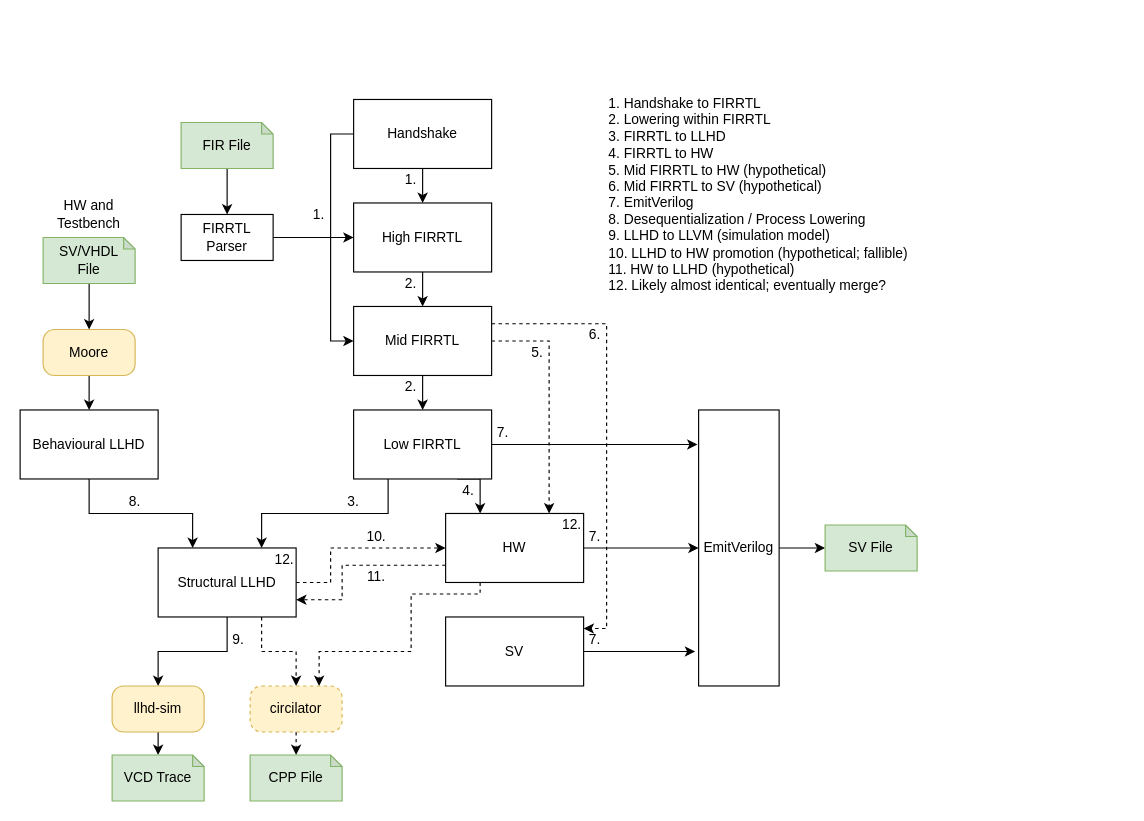
Before: docs/dialects.drawio in thomasnormal/circt, a draw.io diagram. Source tidied: cells renumbered, new cells numbered last; positions are measured from the earlier drawing's top-left corner, leaving out a move shared by most shapes. Both pictures are drawn from the tidied source at 115%, with x=0, y=0 at pixel (20, 87).
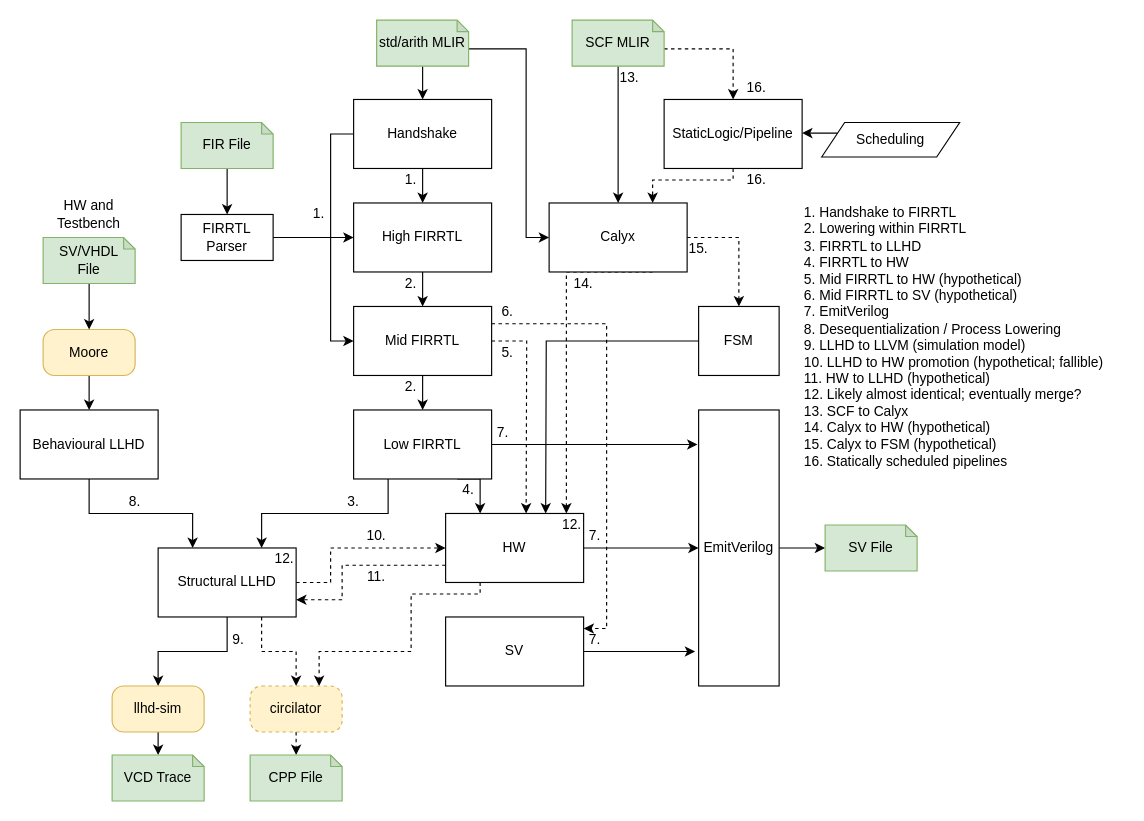
The same page after the edit.

Commit message (it also covers changes not shown here):
Update dialect overview diagram (#2072)

Unchanged cells that the change refers to:
```xml
<mxCell id="7" value="Mid FIRRTL" style="rounded=0;whiteSpace=wrap;html=1;" parent="1" vertex="1">
  <mxGeometry x="290" y="190" width="120" height="60" as="geometry" />
</mxCell>
<mxCell id="19" value="HW" style="rounded=0;whiteSpace=wrap;html=1;" parent="1" vertex="1">
  <mxGeometry x="370" y="370" width="120" height="60" as="geometry" />
</mxCell>
<mxCell id="26" value="Handshake" style="rounded=0;whiteSpace=wrap;html=1;" parent="1" vertex="1">
  <mxGeometry x="290" y="10" width="120" height="60" as="geometry" />
</mxCell>
<mxCell id="59" value="12." style="text;html=1;strokeColor=none;fillColor=none;align=center;verticalAlign=middle;whiteSpace=wrap;rounded=0;" parent="1" vertex="1">
  <mxGeometry x="470" y="370" width="20" height="20" as="geometry" />
</mxCell>
```

Diff of the diagram source:
```diff
@@
-    <mxCell id="5" style="edgeStyle=orthogonalEdgeStyle;rounded=0;jettySize=auto;html=1;exitX=1;exitY=0.5;exitDx=0;exitDy=0;entryX=0.75;entryY=0;entryDx=0;entryDy=0;dashed=1;" parent="1" edge="1" source="7" target="19">
-      <mxGeometry relative="1" as="geometry" />
-    </mxCell>
+    <mxCell id="63" style="edgeStyle=orthogonalEdgeStyle;rounded=0;jettySize=auto;html=1;exitX=1;exitY=0.5;exitDx=0;exitDy=0;dashed=1;" parent="1" edge="1" source="7">
+      <mxGeometry relative="1" as="geometry">
+        <mxPoint x="440" y="370" as="targetPoint" />
+      </mxGeometry>
+    </mxCell>
@@
-    <mxCell id="31" value="1. Handshake to FIRRTL&lt;br&gt;2. Lowering within FIRRTL&lt;br&gt;3. FIRRTL to LLHD&lt;br&gt;4. FIRRTL to HW&lt;br&gt;5. Mid FIRRTL to HW (hypothetical)&lt;br&gt;6. Mid FIRRTL to SV (hypothetical)&lt;br&gt;7. EmitVerilog&lt;br&gt;8. Desequentialization / Process Lowering&lt;br&gt;9. LLHD to LLVM (simulation model)&lt;br&gt;10. LLHD to HW promotion (hypothetical; fallible)&lt;br&gt;11. HW to LLHD (hypothetical)&lt;br&gt;12. Likely almost identical; eventually merge?" style="text;html=1;strokeColor=none;fillColor=none;align=left;verticalAlign=top;whiteSpace=wrap;rounded=0;" parent="1" vertex="1">
-      <mxGeometry x="510" width="280" height="180" as="geometry" />
-    </mxCell>
+    <mxCell id="64" value="1. Handshake to FIRRTL&lt;br&gt;2. Lowering within FIRRTL&lt;br&gt;3. FIRRTL to LLHD&lt;br&gt;4. FIRRTL to HW&lt;br&gt;5. Mid FIRRTL to HW (hypothetical)&lt;br&gt;6. Mid FIRRTL to SV (hypothetical)&lt;br&gt;7. EmitVerilog&lt;br&gt;8. Desequentialization / Process Lowering&lt;br&gt;9. LLHD to LLVM (simulation model)&lt;br&gt;10. LLHD to HW promotion (hypothetical; fallible)&lt;br&gt;11. HW to LLHD (hypothetical)&lt;br&gt;12. Likely almost identical; eventually merge?&lt;br&gt;13. SCF to Calyx&lt;br&gt;14. Calyx to HW (hypothetical)&lt;br&gt;15. Calyx to FSM (hypothetical)&lt;br&gt;16. Statically scheduled pipelines" style="text;html=1;strokeColor=none;fillColor=none;align=left;verticalAlign=top;whiteSpace=wrap;rounded=0;" parent="1" vertex="1">
+      <mxGeometry x="680" y="95" width="280" height="245" as="geometry" />
+    </mxCell>
@@
     <mxCell id="34" value="5." style="text;html=1;strokeColor=none;fillColor=none;align=center;verticalAlign=middle;whiteSpace=wrap;rounded=0;" parent="1" vertex="1">
-      <mxGeometry x="440" y="220" width="20" height="20" as="geometry" />
+      <mxGeometry x="414" y="220" width="20" height="20" as="geometry" />
     </mxCell>
     <mxCell id="35" value="6." style="text;html=1;strokeColor=none;fillColor=none;align=center;verticalAlign=middle;whiteSpace=wrap;rounded=0;" parent="1" vertex="1">
-      <mxGeometry x="490" y="205" width="20" height="20" as="geometry" />
+      <mxGeometry x="414" y="185" width="20" height="20" as="geometry" />
     </mxCell>
@@
+    <mxCell id="65" style="edgeStyle=orthogonalEdgeStyle;rounded=0;jettySize=auto;html=1;exitX=0.75;exitY=1;exitDx=0;exitDy=0;entryX=0.25;entryY=0;entryDx=0;entryDy=0;dashed=1;" parent="1" edge="1" source="67" target="59">
+      <mxGeometry relative="1" as="geometry">
+        <Array as="points">
+          <mxPoint x="475" y="160" />
+        </Array>
+      </mxGeometry>
+    </mxCell>
+    <mxCell id="66" style="edgeStyle=orthogonalEdgeStyle;rounded=0;jettySize=auto;html=1;exitX=1;exitY=0.5;exitDx=0;exitDy=0;entryX=0.5;entryY=0;entryDx=0;entryDy=0;dashed=1;" parent="1" edge="1" source="67" target="75">
+      <mxGeometry relative="1" as="geometry" />
+    </mxCell>
+    <mxCell id="67" value="Calyx" style="rounded=0;whiteSpace=wrap;html=1;" parent="1" vertex="1">
+      <mxGeometry x="460" y="100" width="120" height="60" as="geometry" />
+    </mxCell>
+    <mxCell id="68" style="edgeStyle=orthogonalEdgeStyle;rounded=0;jettySize=auto;html=1;exitX=0.5;exitY=1;exitDx=0;exitDy=0;exitPerimeter=0;entryX=0.5;entryY=0;entryDx=0;entryDy=0;" parent="1" edge="1" source="70" target="26">
+      <mxGeometry relative="1" as="geometry" />
+    </mxCell>
+    <mxCell id="69" style="edgeStyle=orthogonalEdgeStyle;rounded=0;jettySize=auto;html=1;exitX=0;exitY=0;exitDx=80;exitDy=25;exitPerimeter=0;entryX=0;entryY=0.5;entryDx=0;entryDy=0;" parent="1" edge="1" source="70" target="67">
+      <mxGeometry relative="1" as="geometry">
+        <Array as="points">
+          <mxPoint x="440" y="-34" />
+          <mxPoint x="440" y="130" />
+        </Array>
+      </mxGeometry>
+    </mxCell>
+    <mxCell id="70" value="std/arith MLIR" style="shape=note;whiteSpace=wrap;html=1;backgroundOutline=1;darkOpacity=0.05;size=10;fillColor=#d5e8d4;strokeColor=#82b366;" parent="1" vertex="1">
+      <mxGeometry x="310" y="-59" width="80" height="40" as="geometry" />
+    </mxCell>
+    <mxCell id="71" style="edgeStyle=orthogonalEdgeStyle;rounded=0;jettySize=auto;html=1;exitX=0.5;exitY=1;exitDx=0;exitDy=0;exitPerimeter=0;entryX=0.5;entryY=0;entryDx=0;entryDy=0;" parent="1" edge="1" source="73" target="67">
+      <mxGeometry relative="1" as="geometry" />
+    </mxCell>
+    <mxCell id="72" style="edgeStyle=orthogonalEdgeStyle;rounded=0;jettySize=auto;html=1;exitX=0;exitY=0;exitDx=80;exitDy=25;exitPerimeter=0;entryX=0.5;entryY=0;entryDx=0;entryDy=0;dashed=1;" parent="1" edge="1" source="73" target="80">
+      <mxGeometry relative="1" as="geometry" />
+    </mxCell>
+    <mxCell id="73" value="SCF MLIR" style="shape=note;whiteSpace=wrap;html=1;backgroundOutline=1;darkOpacity=0.05;size=10;fillColor=#d5e8d4;strokeColor=#82b366;" parent="1" vertex="1">
+      <mxGeometry x="480" y="-59" width="80" height="40" as="geometry" />
+    </mxCell>
+    <mxCell id="74" style="edgeStyle=orthogonalEdgeStyle;rounded=0;jettySize=auto;html=1;exitX=0;exitY=0.5;exitDx=0;exitDy=0;" parent="1" edge="1" source="75">
+      <mxGeometry relative="1" as="geometry">
+        <mxPoint x="457" y="370" as="targetPoint" />
+      </mxGeometry>
+    </mxCell>
+    <mxCell id="75" value="FSM" style="rounded=0;whiteSpace=wrap;html=1;" parent="1" vertex="1">
+      <mxGeometry x="590" y="190" width="70" height="60" as="geometry" />
+    </mxCell>
+    <mxCell id="76" value="13." style="text;html=1;strokeColor=none;fillColor=none;align=center;verticalAlign=middle;whiteSpace=wrap;rounded=0;" parent="1" vertex="1">
+      <mxGeometry x="520" y="-19" width="20" height="20" as="geometry" />
+    </mxCell>
+    <mxCell id="77" value="14." style="text;html=1;strokeColor=none;fillColor=none;align=center;verticalAlign=middle;whiteSpace=wrap;rounded=0;" parent="1" vertex="1">
+      <mxGeometry x="480" y="160" width="20" height="20" as="geometry" />
+    </mxCell>
+    <mxCell id="78" value="15." style="text;html=1;strokeColor=none;fillColor=none;align=center;verticalAlign=middle;whiteSpace=wrap;rounded=0;" parent="1" vertex="1">
+      <mxGeometry x="580" y="130" width="20" height="20" as="geometry" />
+    </mxCell>
+    <mxCell id="79" style="edgeStyle=orthogonalEdgeStyle;rounded=0;jettySize=auto;html=1;exitX=0.5;exitY=1;exitDx=0;exitDy=0;entryX=0.75;entryY=0;entryDx=0;entryDy=0;dashed=1;" parent="1" edge="1" source="80" target="67">
+      <mxGeometry relative="1" as="geometry">
+        <Array as="points">
+          <mxPoint x="620" y="80" />
+          <mxPoint x="550" y="80" />
+        </Array>
+      </mxGeometry>
+    </mxCell>
+    <mxCell id="80" value="StaticLogic/Pipeline" style="rounded=0;whiteSpace=wrap;html=1;" parent="1" vertex="1">
+      <mxGeometry x="560" y="10" width="120" height="60" as="geometry" />
+    </mxCell>
+    <mxCell id="81" style="edgeStyle=orthogonalEdgeStyle;rounded=0;jettySize=auto;html=1;exitX=0;exitY=0.25;exitDx=0;exitDy=0;entryX=1;entryY=0.5;entryDx=0;entryDy=0;" parent="1" edge="1" source="82" target="80">
+      <mxGeometry relative="1" as="geometry" />
+    </mxCell>
+    <mxCell id="82" value="Scheduling" style="shape=parallelogram;perimeter=parallelogramPerimeter;whiteSpace=wrap;html=1;fixedSize=1;" parent="1" vertex="1">
+      <mxGeometry x="697" y="30" width="120" height="30" as="geometry" />
+    </mxCell>
+    <mxCell id="83" value="16." style="text;html=1;align=center;verticalAlign=middle;strokeColor=none;fillColor=none;" parent="1" vertex="1">
+      <mxGeometry x="625" y="70" width="30" height="20" as="geometry" />
+    </mxCell>
+    <mxCell id="84" value="16." style="text;html=1;align=center;verticalAlign=middle;strokeColor=none;fillColor=none;" parent="1" vertex="1">
+      <mxGeometry x="625" y="-10" width="30" height="20" as="geometry" />
+    </mxCell>
```
